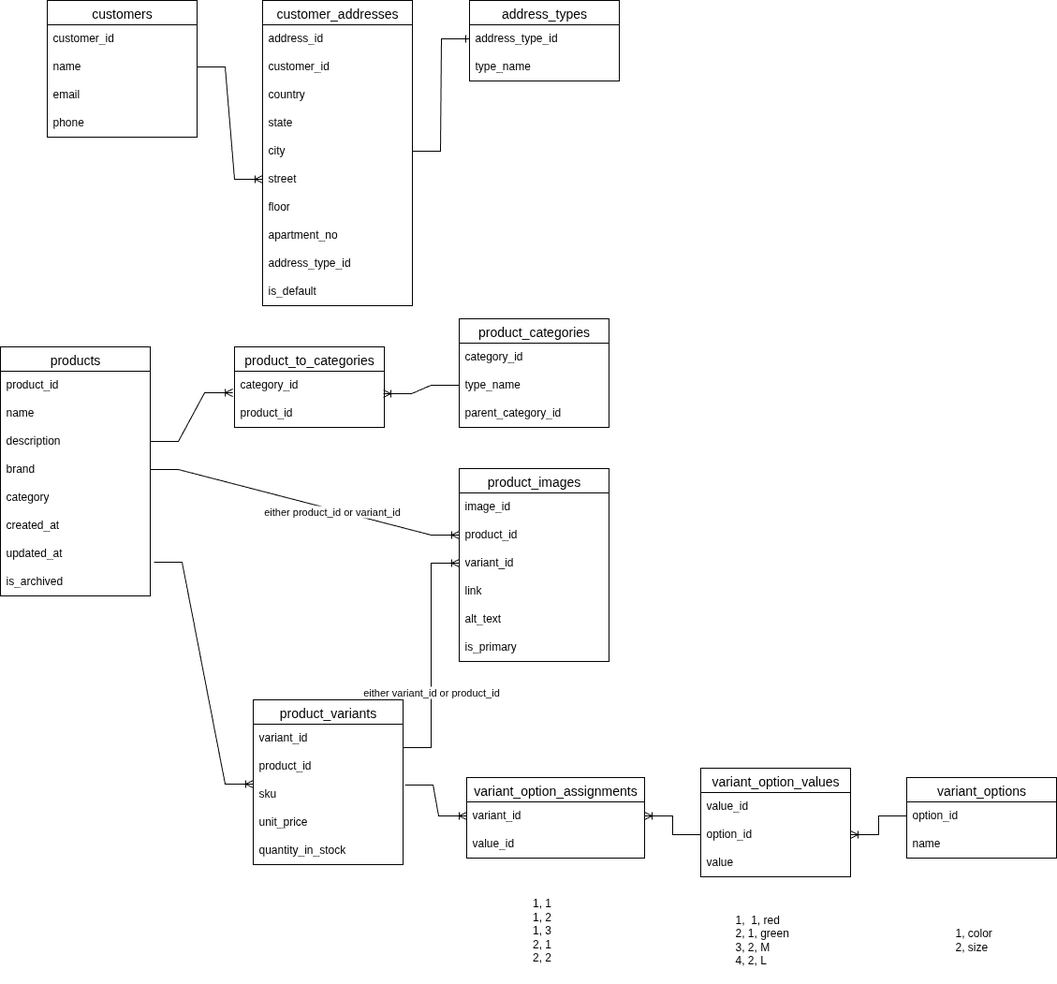
The draw.io diagram diagrams/my-store-db.drawio.png in venelinpetrov/db-my-store, before a commit. Source tidied: cells renumbered, new cells last; positions are measured from the earlier drawing's top-left corner, leaving out a move shared by most shapes.
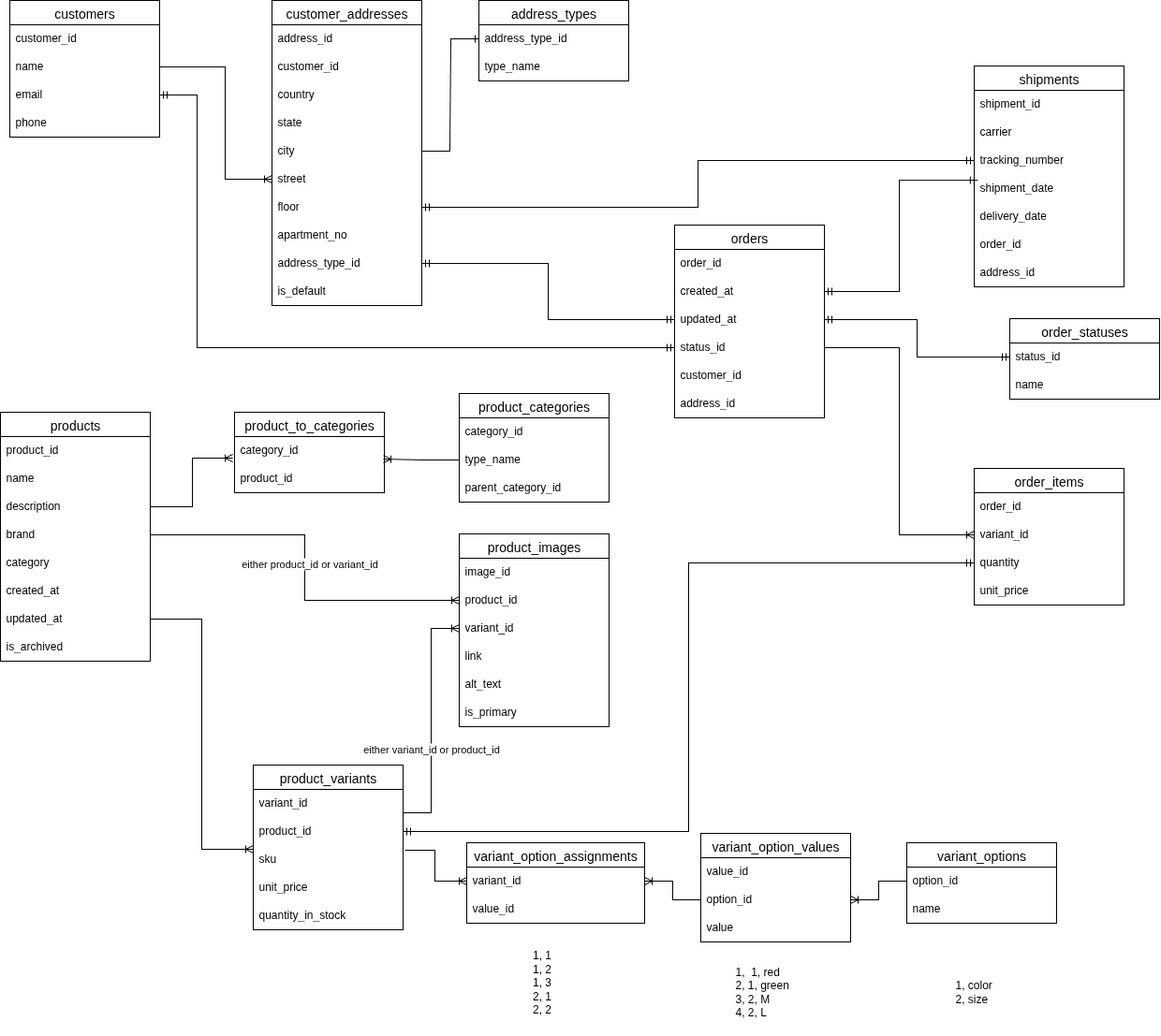
The same file after the commit.

Commit message:
Fix FK contrain. Update diagrams

Diff of the diagram source:
```diff
@@ -3,7 +3,7 @@
     <mxCell id="0" />
     <mxCell id="1" parent="0" />
     <mxCell id="2" value="customers" style="swimlane;fontStyle=0;horizontal=1;startSize=26;align=center;fontSize=14;" parent="1" vertex="1">
-      <mxGeometry x="50" width="160" height="146" as="geometry" />
+      <mxGeometry x="10" y="-70" width="160" height="146" as="geometry" />
     </mxCell>
     <mxCell id="3" value="customer_id" style="text;strokeColor=none;fillColor=none;spacingLeft=4;spacingRight=4;overflow=hidden;fontSize=12;whiteSpace=wrap;html=1;" parent="2" vertex="1">
       <mxGeometry y="26" width="160" height="30" as="geometry" />
@@ -18,7 +18,7 @@
       <mxGeometry y="116" width="160" height="30" as="geometry" />
     </mxCell>
     <mxCell id="7" value="customer_addresses" style="swimlane;fontStyle=0;horizontal=1;startSize=26;align=center;fontSize=14;" parent="1" vertex="1">
-      <mxGeometry x="280" width="160" height="326" as="geometry" />
+      <mxGeometry x="290" y="-70" width="160" height="326" as="geometry" />
     </mxCell>
     <mxCell id="8" value="address_id" style="text;strokeColor=none;fillColor=none;spacingLeft=4;spacingRight=4;overflow=hidden;fontSize=12;whiteSpace=wrap;html=1;" parent="7" vertex="1">
       <mxGeometry y="26" width="160" height="30" as="geometry" />
@@ -50,11 +50,16 @@
     <mxCell id="17" value="is_default" style="text;strokeColor=none;fillColor=none;spacingLeft=4;spacingRight=4;overflow=hidden;fontSize=12;whiteSpace=wrap;html=1;" parent="7" vertex="1">
       <mxGeometry y="296" width="160" height="30" as="geometry" />
     </mxCell>
-    <mxCell id="18" style="edgeStyle=entityRelationEdgeStyle;fontSize=12;html=1;endArrow=ERoneToMany;rounded=0;exitX=1;exitY=0.5;exitDx=0;exitDy=0;entryX=0;entryY=0.5;entryDx=0;entryDy=0;" parent="1" edge="1" source="4" target="13">
-      <mxGeometry relative="1" as="geometry" />
+    <mxCell id="18" style="edgeStyle=orthogonalEdgeStyle;fontSize=12;html=1;endArrow=ERoneToMany;rounded=0;exitX=1;exitY=0.5;exitDx=0;exitDy=0;entryX=0;entryY=0.5;entryDx=0;entryDy=0;" parent="1" edge="1" source="4" target="13">
+      <mxGeometry relative="1" as="geometry">
+        <Array as="points">
+          <mxPoint x="240" y="1" />
+          <mxPoint x="240" y="121" />
+        </Array>
+      </mxGeometry>
     </mxCell>
     <mxCell id="19" value="address_types" style="swimlane;fontStyle=0;horizontal=1;startSize=26;align=center;fontSize=14;" parent="1" vertex="1">
-      <mxGeometry x="501" width="160" height="86" as="geometry" />
+      <mxGeometry x="511" y="-70" width="160" height="86" as="geometry" />
     </mxCell>
     <mxCell id="20" value="address_type_id" style="text;strokeColor=none;fillColor=none;spacingLeft=4;spacingRight=4;overflow=hidden;points=[[0,0.5],[1,0.5]];portConstraint=eastwest;fontSize=12;whiteSpace=wrap;html=1;" parent="19" vertex="1">
       <mxGeometry y="26" width="160" height="30" as="geometry" />
@@ -101,7 +106,7 @@
     <mxCell id="34" value="product_id" style="text;strokeColor=none;fillColor=none;spacingLeft=4;spacingRight=4;overflow=hidden;fontSize=12;whiteSpace=wrap;html=1;" parent="32" vertex="1">
       <mxGeometry y="56" width="160" height="30" as="geometry" />
     </mxCell>
-    <mxCell id="35" style="edgeStyle=entityRelationEdgeStyle;fontSize=12;html=1;endArrow=ERoneToMany;rounded=0;exitX=1;exitY=0.5;exitDx=0;exitDy=0;entryX=-0.012;entryY=0.767;entryDx=0;entryDy=0;entryPerimeter=0;" parent="1" edge="1" source="26" target="33">
+    <mxCell id="35" style="edgeStyle=orthogonalEdgeStyle;fontSize=12;html=1;endArrow=ERoneToMany;rounded=0;exitX=1;exitY=0.5;exitDx=0;exitDy=0;entryX=-0.012;entryY=0.767;entryDx=0;entryDy=0;entryPerimeter=0;" parent="1" edge="1" source="26" target="33">
       <mxGeometry relative="1" as="geometry" />
     </mxCell>
     <mxCell id="36" value="product_images" style="swimlane;fontStyle=0;horizontal=1;startSize=26;align=center;fontSize=14;" parent="1" vertex="1">
@@ -125,11 +130,13 @@
     <mxCell id="42" value="is_primary" style="text;strokeColor=none;fillColor=none;spacingLeft=4;spacingRight=4;overflow=hidden;fontSize=12;whiteSpace=wrap;html=1;" parent="36" vertex="1">
       <mxGeometry y="176" width="160" height="30" as="geometry" />
     </mxCell>
-    <mxCell id="43" style="edgeStyle=entityRelationEdgeStyle;fontSize=12;html=1;endArrow=ERoneToMany;rounded=0;exitX=1;exitY=0.5;exitDx=0;exitDy=0;entryX=0;entryY=0.5;entryDx=0;entryDy=0;" parent="1" edge="1" source="27" target="38">
+    <mxCell id="43" style="edgeStyle=orthogonalEdgeStyle;fontSize=12;html=1;endArrow=ERoneToMany;rounded=0;exitX=1;exitY=0.5;exitDx=0;exitDy=0;entryX=0;entryY=0.5;entryDx=0;entryDy=0;" parent="1" edge="1" source="27" target="38">
       <mxGeometry relative="1" as="geometry" />
     </mxCell>
     <mxCell id="44" value="either product_id or variant_id" style="edgeLabel;html=1;align=center;verticalAlign=middle;" parent="43" vertex="1">
-      <mxGeometry x="0.18" y="-2" relative="1" as="geometry" />
+      <mxGeometry x="0.18" y="-2" relative="1" as="geometry">
+        <mxPoint x="4" y="-42" as="offset" />
+      </mxGeometry>
     </mxCell>
     <mxCell id="45" value="product_variants" style="swimlane;fontStyle=0;horizontal=1;startSize=26;align=center;fontSize=14;" parent="1" vertex="1">
       <mxGeometry x="270" y="747" width="160" height="176" as="geometry" />
@@ -149,7 +156,7 @@
     <mxCell id="50" value="quantity_in_stock" style="text;strokeColor=none;fillColor=none;spacingLeft=4;spacingRight=4;overflow=hidden;fontSize=12;whiteSpace=wrap;html=1;" parent="45" vertex="1">
       <mxGeometry y="146" width="160" height="30" as="geometry" />
     </mxCell>
-    <mxCell id="51" style="edgeStyle=entityRelationEdgeStyle;fontSize=12;html=1;endArrow=ERoneToMany;rounded=0;exitX=1.025;exitY=0.8;exitDx=0;exitDy=0;exitPerimeter=0;entryX=0;entryY=1.133;entryDx=0;entryDy=0;entryPerimeter=0;" parent="1" edge="1" source="30" target="47">
+    <mxCell id="51" style="edgeStyle=orthogonalEdgeStyle;fontSize=12;html=1;endArrow=ERoneToMany;rounded=0;exitX=1;exitY=0.5;exitDx=0;exitDy=0;entryX=0;entryY=1.133;entryDx=0;entryDy=0;entryPerimeter=0;" parent="1" edge="1" source="30" target="47">
       <mxGeometry relative="1" as="geometry" />
     </mxCell>
     <mxCell id="52" value="variant_options" style="swimlane;fontStyle=0;horizontal=1;startSize=26;align=center;fontSize=14;" parent="1" vertex="1">
@@ -182,7 +189,7 @@
     <mxCell id="61" value="value_id" style="text;strokeColor=none;fillColor=none;spacingLeft=4;spacingRight=4;overflow=hidden;fontSize=12;whiteSpace=wrap;html=1;" parent="59" vertex="1">
       <mxGeometry y="56" width="190" height="30" as="geometry" />
     </mxCell>
-    <mxCell id="62" style="edgeStyle=entityRelationEdgeStyle;fontSize=12;html=1;endArrow=ERoneToMany;rounded=0;exitX=1.013;exitY=0.167;exitDx=0;exitDy=0;exitPerimeter=0;entryX=0;entryY=0.5;entryDx=0;entryDy=0;" parent="1" edge="1" source="48" target="60">
+    <mxCell id="62" style="edgeStyle=orthogonalEdgeStyle;fontSize=12;html=1;endArrow=ERoneToMany;rounded=0;exitX=1.013;exitY=0.167;exitDx=0;exitDy=0;exitPerimeter=0;entryX=0;entryY=0.5;entryDx=0;entryDy=0;" parent="1" edge="1" source="48" target="60">
       <mxGeometry relative="1" as="geometry" />
     </mxCell>
     <mxCell id="63" style="edgeStyle=entityRelationEdgeStyle;fontSize=12;html=1;endArrow=ERoneToMany;rounded=0;entryX=0;entryY=0.5;entryDx=0;entryDy=0;exitX=1;exitY=0.833;exitDx=0;exitDy=0;exitPerimeter=0;" parent="1" edge="1" source="46" target="39">
@@ -194,7 +201,7 @@
     </mxCell>
     <mxCell id="64" value="either variant_id or product_id" style="edgeLabel;html=1;align=center;verticalAlign=middle;" parent="63" vertex="1">
       <mxGeometry x="0.14" y="1" relative="1" as="geometry">
-        <mxPoint y="57" as="offset" />
+        <mxPoint y="48" as="offset" />
       </mxGeometry>
     </mxCell>
     <mxCell id="65" style="edgeStyle=entityRelationEdgeStyle;fontSize=12;html=1;endArrow=ERoneToMany;rounded=0;entryX=1;entryY=0.5;entryDx=0;entryDy=0;exitX=0;exitY=0.5;exitDx=0;exitDy=0;" parent="1" edge="1" source="53" target="57">
@@ -204,16 +211,16 @@
       <mxGeometry relative="1" as="geometry" />
     </mxCell>
     <mxCell id="67" value="1,&amp;nbsp; 1, red&lt;div&gt;2, 1, green&lt;/div&gt;&lt;div&gt;3, 2, M&lt;/div&gt;&lt;div&gt;4, 2, L&lt;/div&gt;" style="text;html=1;align=left;verticalAlign=middle;strokeColor=none;fillColor=none;" parent="1" vertex="1">
-      <mxGeometry x="783" y="968" width="80" height="70" as="geometry" />
+      <mxGeometry x="783" y="954" width="80" height="70" as="geometry" />
     </mxCell>
     <mxCell id="68" value="1, color&lt;div&gt;2, size&lt;/div&gt;" style="text;html=1;align=left;verticalAlign=middle;strokeColor=none;fillColor=none;" parent="1" vertex="1">
-      <mxGeometry x="1018" y="983" width="60" height="40" as="geometry" />
+      <mxGeometry x="1018" y="969" width="60" height="40" as="geometry" />
     </mxCell>
     <mxCell id="69" value="1, 1&lt;div&gt;1, 2&lt;/div&gt;&lt;div&gt;1, 3&lt;/div&gt;&lt;div&gt;2, 1&lt;/div&gt;&lt;div&gt;2, 2&lt;/div&gt;&lt;div&gt;&lt;br&gt;&lt;/div&gt;" style="text;html=1;align=center;verticalAlign=middle;strokeColor=none;fillColor=none;" parent="1" vertex="1">
-      <mxGeometry x="558" y="950" width="40" height="100" as="geometry" />
+      <mxGeometry x="558" y="936" width="40" height="100" as="geometry" />
     </mxCell>
     <mxCell id="70" value="product_categories" style="swimlane;fontStyle=0;horizontal=1;startSize=26;align=center;fontSize=14;" parent="1" vertex="1">
-      <mxGeometry x="490" y="340" width="160" height="116" as="geometry" />
+      <mxGeometry x="490" y="350" width="160" height="116" as="geometry" />
     </mxCell>
     <mxCell id="71" value="category_id" style="text;strokeColor=none;fillColor=none;spacingLeft=4;spacingRight=4;overflow=hidden;fontSize=12;whiteSpace=wrap;html=1;" parent="70" vertex="1">
       <mxGeometry y="26" width="160" height="30" as="geometry" />
@@ -224,8 +231,103 @@
     <mxCell id="73" value="parent_category_id" style="text;strokeColor=none;fillColor=none;spacingLeft=4;spacingRight=4;overflow=hidden;fontSize=12;whiteSpace=wrap;html=1;" parent="70" vertex="1">
       <mxGeometry y="86" width="160" height="30" as="geometry" />
     </mxCell>
-    <mxCell id="74" style="edgeStyle=entityRelationEdgeStyle;fontSize=12;html=1;endArrow=ERoneToMany;rounded=0;exitX=0;exitY=0.5;exitDx=0;exitDy=0;entryX=0.994;entryY=0.8;entryDx=0;entryDy=0;entryPerimeter=0;" parent="1" edge="1" source="72" target="33">
+    <mxCell id="74" style="edgeStyle=orthogonalEdgeStyle;fontSize=12;html=1;endArrow=ERoneToMany;rounded=0;exitX=0;exitY=0.5;exitDx=0;exitDy=0;entryX=0.994;entryY=0.8;entryDx=0;entryDy=0;entryPerimeter=0;" parent="1" edge="1" source="72" target="33">
       <mxGeometry relative="1" as="geometry" />
     </mxCell>
+    <mxCell id="75" value="order_statuses" style="swimlane;fontStyle=0;horizontal=1;startSize=26;align=center;fontSize=14;" parent="1" vertex="1">
+      <mxGeometry x="1078" y="270" width="160" height="86" as="geometry" />
+    </mxCell>
+    <mxCell id="76" value="status_id" style="text;strokeColor=none;fillColor=none;spacingLeft=4;spacingRight=4;overflow=hidden;points=[[0,0.5],[1,0.5]];portConstraint=eastwest;fontSize=12;whiteSpace=wrap;html=1;" parent="75" vertex="1">
+      <mxGeometry y="26" width="160" height="30" as="geometry" />
+    </mxCell>
+    <mxCell id="77" value="name" style="text;strokeColor=none;fillColor=none;spacingLeft=4;spacingRight=4;overflow=hidden;fontSize=12;whiteSpace=wrap;html=1;" parent="75" vertex="1">
+      <mxGeometry y="56" width="160" height="30" as="geometry" />
+    </mxCell>
+    <mxCell id="78" value="orders" style="swimlane;fontStyle=0;horizontal=1;startSize=26;align=center;fontSize=14;" parent="1" vertex="1">
+      <mxGeometry x="720" y="170" width="160" height="206" as="geometry" />
+    </mxCell>
+    <mxCell id="79" value="order_id" style="text;strokeColor=none;fillColor=none;spacingLeft=4;spacingRight=4;overflow=hidden;fontSize=12;whiteSpace=wrap;html=1;" parent="78" vertex="1">
+      <mxGeometry y="26" width="160" height="30" as="geometry" />
+    </mxCell>
+    <mxCell id="80" value="created_at" style="text;strokeColor=none;fillColor=none;spacingLeft=4;spacingRight=4;overflow=hidden;points=[[0,0.5],[1,0.5]];portConstraint=eastwest;fontSize=12;whiteSpace=wrap;html=1;" parent="78" vertex="1">
+      <mxGeometry y="56" width="160" height="30" as="geometry" />
+    </mxCell>
+    <mxCell id="81" value="&lt;div&gt;updated_at&lt;/div&gt;" style="text;strokeColor=none;fillColor=none;spacingLeft=4;spacingRight=4;overflow=hidden;points=[[0,0.5],[1,0.5]];portConstraint=eastwest;fontSize=12;whiteSpace=wrap;html=1;" parent="78" vertex="1">
+      <mxGeometry y="86" width="160" height="30" as="geometry" />
+    </mxCell>
+    <mxCell id="82" value="status_id" style="text;strokeColor=none;fillColor=none;spacingLeft=4;spacingRight=4;overflow=hidden;points=[[0,0.5],[1,0.5]];portConstraint=eastwest;fontSize=12;whiteSpace=wrap;html=1;" parent="78" vertex="1">
+      <mxGeometry y="116" width="160" height="30" as="geometry" />
+    </mxCell>
+    <mxCell id="83" value="customer_id" style="text;strokeColor=none;fillColor=none;spacingLeft=4;spacingRight=4;overflow=hidden;fontSize=12;whiteSpace=wrap;html=1;" parent="78" vertex="1">
+      <mxGeometry y="146" width="160" height="30" as="geometry" />
+    </mxCell>
+    <mxCell id="84" value="address_id" style="text;strokeColor=none;fillColor=none;spacingLeft=4;spacingRight=4;overflow=hidden;fontSize=12;whiteSpace=wrap;html=1;" parent="78" vertex="1">
+      <mxGeometry y="176" width="160" height="30" as="geometry" />
+    </mxCell>
+    <mxCell id="85" style="edgeStyle=orthogonalEdgeStyle;fontSize=12;html=1;endArrow=ERmandOne;startArrow=ERmandOne;rounded=0;entryX=0;entryY=0.5;entryDx=0;entryDy=0;" parent="1" edge="1" source="16" target="81">
+      <mxGeometry relative="1" as="geometry" />
+    </mxCell>
+    <mxCell id="86" style="edgeStyle=orthogonalEdgeStyle;fontSize=12;html=1;endArrow=ERmandOne;startArrow=ERmandOne;rounded=0;entryX=0;entryY=0.5;entryDx=0;entryDy=0;exitX=1;exitY=0.5;exitDx=0;exitDy=0;" parent="1" edge="1" source="81" target="76">
+      <mxGeometry relative="1" as="geometry" />
+    </mxCell>
+    <mxCell id="87" value="order_items" style="swimlane;fontStyle=0;horizontal=1;startSize=26;align=center;fontSize=14;" parent="1" vertex="1">
+      <mxGeometry x="1040" y="430" width="160" height="146" as="geometry" />
+    </mxCell>
+    <mxCell id="88" value="order_id" style="text;strokeColor=none;fillColor=none;spacingLeft=4;spacingRight=4;overflow=hidden;fontSize=12;whiteSpace=wrap;html=1;" parent="87" vertex="1">
+      <mxGeometry y="26" width="160" height="30" as="geometry" />
+    </mxCell>
+    <mxCell id="89" value="variant_id" style="text;strokeColor=none;fillColor=none;spacingLeft=4;spacingRight=4;overflow=hidden;points=[[0,0.5],[1,0.5]];portConstraint=eastwest;fontSize=12;whiteSpace=wrap;html=1;" parent="87" vertex="1">
+      <mxGeometry y="56" width="160" height="30" as="geometry" />
+    </mxCell>
+    <mxCell id="90" value="quantity" style="text;strokeColor=none;fillColor=none;spacingLeft=4;spacingRight=4;overflow=hidden;points=[[0,0.5],[1,0.5]];portConstraint=eastwest;fontSize=12;whiteSpace=wrap;html=1;" parent="87" vertex="1">
+      <mxGeometry y="86" width="160" height="30" as="geometry" />
+    </mxCell>
+    <mxCell id="91" value="unit_price" style="text;strokeColor=none;fillColor=none;spacingLeft=4;spacingRight=4;overflow=hidden;fontSize=12;whiteSpace=wrap;html=1;" parent="87" vertex="1">
+      <mxGeometry y="116" width="160" height="30" as="geometry" />
+    </mxCell>
+    <mxCell id="92" style="edgeStyle=orthogonalEdgeStyle;fontSize=12;html=1;endArrow=ERoneToMany;rounded=0;entryX=0;entryY=0.5;entryDx=0;entryDy=0;exitX=1;exitY=0.5;exitDx=0;exitDy=0;" parent="1" edge="1" source="82" target="89">
+      <mxGeometry relative="1" as="geometry" />
+    </mxCell>
+    <mxCell id="93" style="edgeStyle=orthogonalEdgeStyle;fontSize=12;html=1;endArrow=ERmandOne;startArrow=ERmandOne;rounded=0;exitX=1;exitY=0.5;exitDx=0;exitDy=0;entryX=0;entryY=0.5;entryDx=0;entryDy=0;" parent="1" edge="1" source="47" target="90">
+      <mxGeometry relative="1" as="geometry" />
+    </mxCell>
+    <mxCell id="94" value="shipments" style="swimlane;fontStyle=0;horizontal=1;startSize=26;align=center;fontSize=14;" parent="1" vertex="1">
+      <mxGeometry x="1040" width="160" height="236" as="geometry" />
+    </mxCell>
+    <mxCell id="95" value="shipment_id" style="text;strokeColor=none;fillColor=none;spacingLeft=4;spacingRight=4;overflow=hidden;fontSize=12;whiteSpace=wrap;html=1;" parent="94" vertex="1">
+      <mxGeometry y="26" width="160" height="30" as="geometry" />
+    </mxCell>
+    <mxCell id="96" value="carrier" style="text;strokeColor=none;fillColor=none;spacingLeft=4;spacingRight=4;overflow=hidden;fontSize=12;whiteSpace=wrap;html=1;" parent="94" vertex="1">
+      <mxGeometry y="56" width="160" height="30" as="geometry" />
+    </mxCell>
+    <mxCell id="97" value="&lt;div&gt;tracking_number&lt;/div&gt;" style="text;strokeColor=none;fillColor=none;spacingLeft=4;spacingRight=4;overflow=hidden;points=[[0,0.5],[1,0.5]];portConstraint=eastwest;fontSize=12;whiteSpace=wrap;html=1;" parent="94" vertex="1">
+      <mxGeometry y="86" width="160" height="30" as="geometry" />
+    </mxCell>
+    <mxCell id="98" value="shipment_date" style="text;strokeColor=none;fillColor=none;spacingLeft=4;spacingRight=4;overflow=hidden;points=[[0,0.5],[1,0.5]];portConstraint=eastwest;fontSize=12;whiteSpace=wrap;html=1;" parent="94" vertex="1">
+      <mxGeometry y="116" width="160" height="30" as="geometry" />
+    </mxCell>
+    <mxCell id="99" value="delivery_date" style="text;strokeColor=none;fillColor=none;spacingLeft=4;spacingRight=4;overflow=hidden;fontSize=12;whiteSpace=wrap;html=1;" parent="94" vertex="1">
+      <mxGeometry y="146" width="160" height="30" as="geometry" />
+    </mxCell>
+    <mxCell id="100" value="order_id" style="text;strokeColor=none;fillColor=none;spacingLeft=4;spacingRight=4;overflow=hidden;fontSize=12;whiteSpace=wrap;html=1;" parent="94" vertex="1">
+      <mxGeometry y="176" width="160" height="30" as="geometry" />
+    </mxCell>
+    <mxCell id="101" value="address_id" style="text;strokeColor=none;fillColor=none;spacingLeft=4;spacingRight=4;overflow=hidden;fontSize=12;whiteSpace=wrap;html=1;" parent="94" vertex="1">
+      <mxGeometry y="206" width="160" height="30" as="geometry" />
+    </mxCell>
+    <mxCell id="102" style="edgeStyle=orthogonalEdgeStyle;fontSize=12;html=1;endArrow=ERmandOne;startArrow=ERmandOne;rounded=0;exitX=1;exitY=0.5;exitDx=0;exitDy=0;entryX=0;entryY=0.5;entryDx=0;entryDy=0;" parent="1" edge="1" source="14" target="97">
+      <mxGeometry relative="1" as="geometry" />
+    </mxCell>
+    <mxCell id="103" style="edgeStyle=orthogonalEdgeStyle;fontSize=12;html=1;endArrow=ERmandOne;startArrow=ERmandOne;rounded=0;entryX=0.024;entryY=0.204;entryDx=0;entryDy=0;entryPerimeter=0;exitX=1;exitY=0.5;exitDx=0;exitDy=0;" parent="1" edge="1" source="80" target="98">
+      <mxGeometry relative="1" as="geometry" />
+    </mxCell>
+    <mxCell id="104" style="edgeStyle=orthogonalEdgeStyle;fontSize=12;html=1;endArrow=ERmandOne;startArrow=ERmandOne;rounded=0;exitX=1;exitY=0.5;exitDx=0;exitDy=0;entryX=0;entryY=0.5;entryDx=0;entryDy=0;" parent="1" edge="1" source="5" target="82">
+      <mxGeometry relative="1" as="geometry">
+        <Array as="points">
+          <mxPoint x="210" y="31" />
+          <mxPoint x="210" y="301" />
+        </Array>
+      </mxGeometry>
+    </mxCell>
   </root>
 </mxGraphModel>
```
